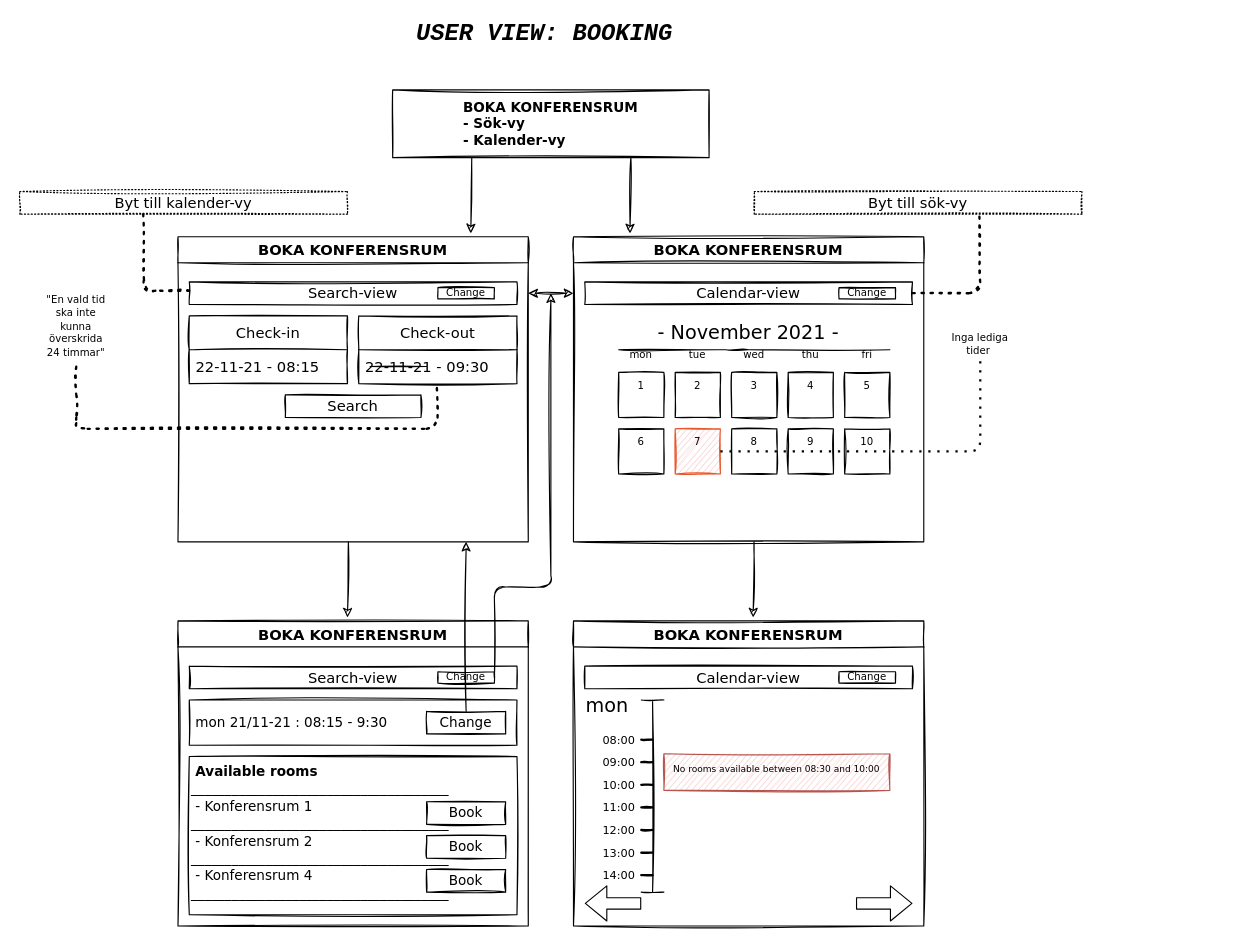
This is Bokningsmeny.drawio from elizaadolfsson/KonferensProjekt_Diagrams, a draw.io file, before an edit. Source tidied: cells renumbered, new cells numbered last; positions are measured from the earlier drawing's top-left corner, leaving out a move shared by most shapes. Both pictures are drawn from the tidied source at 113%, with x=0, y=0 at pixel (19, 21).
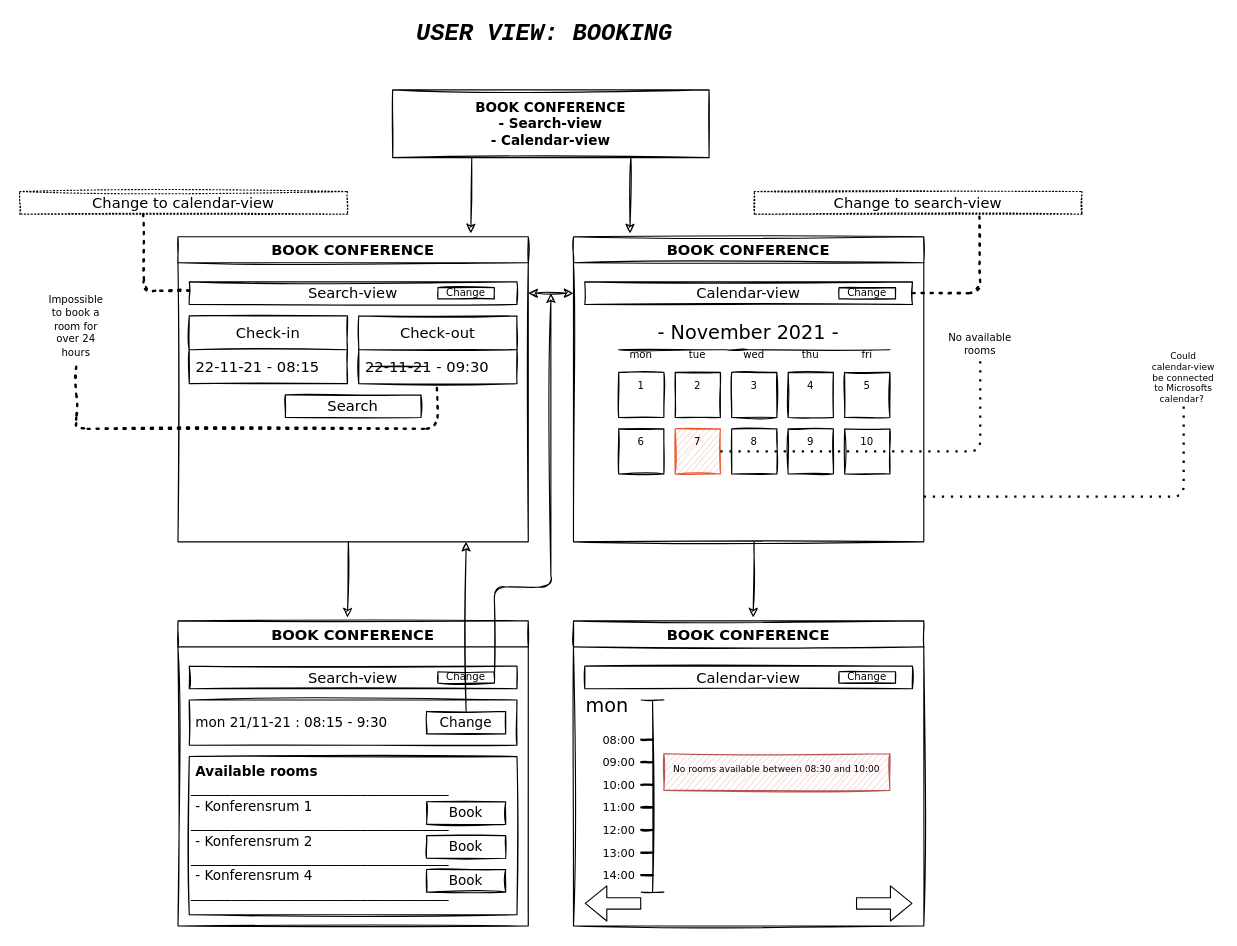
The same diagram, later.

What changed in the source:
```diff
@@
-    <mxCell id="2" value="BOKA KONFERENSRUM" style="swimlane;fontFamily=Verdana;fontSize=13;rounded=0;sketch=1;" parent="1" vertex="1">
+    <mxCell id="2" value="BOOK CONFERENCE" style="swimlane;fontFamily=Verdana;fontSize=13;rounded=0;sketch=1;" parent="1" vertex="1">
       <mxGeometry x="490" y="190" width="310" height="270" as="geometry" />
     </mxCell>
@@
-    <mxCell id="22" value="BOKA KONFERENSRUM" style="swimlane;fontFamily=Verdana;fontSize=13;rounded=0;sketch=1;" parent="1" vertex="1">
+    <mxCell id="22" value="BOOK CONFERENCE" style="swimlane;fontFamily=Verdana;fontSize=13;rounded=0;sketch=1;" parent="1" vertex="1">
       <mxGeometry x="140" y="190" width="310" height="270" as="geometry" />
     </mxCell>
@@
-    <mxCell id="31" value="&lt;b&gt;&lt;font face=&quot;Verdana&quot;&gt;BOKA KONFERENSRUM&lt;br&gt;&lt;div style=&quot;text-align: left&quot;&gt;&lt;b style=&quot;font-family: &amp;#34;helvetica&amp;#34;&quot;&gt;&lt;font face=&quot;Verdana&quot;&gt;- Sök-vy&lt;/font&gt;&lt;/b&gt;&lt;/div&gt;&lt;div style=&quot;text-align: left&quot;&gt;&lt;b style=&quot;font-family: &amp;#34;helvetica&amp;#34;&quot;&gt;&lt;font face=&quot;Verdana&quot;&gt;- Kalender-vy&lt;/font&gt;&lt;/b&gt;&lt;/div&gt;&lt;/font&gt;&lt;/b&gt;" style="rounded=0;whiteSpace=wrap;html=1;glass=0;sketch=1;" parent="1" vertex="1">
+    <mxCell id="31" value="&lt;font face=&quot;Verdana&quot;&gt;&lt;b&gt;BOOK CONFERENCE&lt;br&gt;- Search-view&lt;br&gt;- Calendar-view&lt;br&gt;&lt;/b&gt;&lt;/font&gt;" style="rounded=0;whiteSpace=wrap;html=1;glass=0;sketch=1;" parent="1" vertex="1">
       <mxGeometry x="330" y="60" width="280" height="60" as="geometry" />
     </mxCell>
@@
-    <mxCell id="35" value="Byt till sök-vy" style="whiteSpace=wrap;html=1;fontFamily=Verdana;fontSize=13;rounded=0;sketch=1;dashed=1;dashPattern=1 2;" parent="1" vertex="1">
+    <mxCell id="35" value="Change to search-view" style="whiteSpace=wrap;html=1;fontFamily=Verdana;fontSize=13;rounded=0;sketch=1;dashed=1;dashPattern=1 2;" parent="1" vertex="1">
       <mxGeometry x="650" y="150" width="290" height="20" as="geometry" />
     </mxCell>
-    <mxCell id="36" value="Byt till kalender-vy" style="whiteSpace=wrap;html=1;fontFamily=Verdana;fontSize=13;rounded=0;sketch=1;dashed=1;dashPattern=1 2;" parent="1" vertex="1">
+    <mxCell id="36" value="Change to calendar-view" style="whiteSpace=wrap;html=1;fontFamily=Verdana;fontSize=13;rounded=0;sketch=1;dashed=1;dashPattern=1 2;" parent="1" vertex="1">
       <mxGeometry y="150" width="290" height="20" as="geometry" />
     </mxCell>
@@
-    <mxCell id="41" value="BOKA KONFERENSRUM" style="swimlane;fontFamily=Verdana;fontSize=13;rounded=0;sketch=1;" parent="1" vertex="1">
+    <mxCell id="41" value="BOOK CONFERENCE" style="swimlane;fontFamily=Verdana;fontSize=13;rounded=0;sketch=1;" parent="1" vertex="1">
       <mxGeometry x="140" y="530" width="310" height="270" as="geometry" />
     </mxCell>
@@
-    <mxCell id="51" value="BOKA KONFERENSRUM" style="swimlane;fontFamily=Verdana;fontSize=13;rounded=0;sketch=1;" parent="1" vertex="1">
+    <mxCell id="51" value="BOOK CONFERENCE" style="swimlane;fontFamily=Verdana;fontSize=13;rounded=0;sketch=1;" parent="1" vertex="1">
       <mxGeometry x="490" y="530" width="310" height="270" as="geometry" />
     </mxCell>
@@
-    <mxCell id="76" value="&lt;font style=&quot;font-size: 9px ; font-style: normal&quot; face=&quot;Verdana&quot;&gt;&quot;En vald tid ska inte kunna överskrida 24 timmar&quot;&lt;/font&gt;" style="text;html=1;strokeColor=none;fillColor=none;align=center;verticalAlign=middle;whiteSpace=wrap;rounded=0;sketch=1;fontFamily=Courier New;fontSize=9;fontColor=#000000;fontStyle=2;" parent="1" vertex="1">
+    <mxCell id="76" value="&lt;font face=&quot;Verdana&quot;&gt;&lt;span style=&quot;font-style: normal&quot;&gt;Impossible to book a room for over 24 hours&lt;/span&gt;&lt;/font&gt;" style="text;html=1;strokeColor=none;fillColor=none;align=center;verticalAlign=middle;whiteSpace=wrap;rounded=0;sketch=1;fontFamily=Courier New;fontSize=9;fontColor=#000000;fontStyle=2;" parent="1" vertex="1">
       <mxGeometry x="20" y="230" width="60" height="80" as="geometry" />
     </mxCell>
@@
-    <mxCell id="78" value="Inga lediga tider&amp;nbsp;" style="text;html=1;strokeColor=none;fillColor=none;align=center;verticalAlign=middle;whiteSpace=wrap;rounded=0;sketch=1;fontFamily=Verdana;fontSize=9;fontColor=#000000;" parent="1" vertex="1">
+    <mxCell id="78" value="No available rooms" style="text;html=1;strokeColor=none;fillColor=none;align=center;verticalAlign=middle;whiteSpace=wrap;rounded=0;sketch=1;fontFamily=Verdana;fontSize=9;fontColor=#000000;" parent="1" vertex="1">
       <mxGeometry x="820" y="270" width="60" height="30" as="geometry" />
     </mxCell>
+    <mxCell id="79" style="endArrow=none;dashed=1;html=1;dashPattern=1 3;strokeWidth=2;rounded=1;sketch=0;fontFamily=Verdana;fontSize=9;fontColor=#000000;curved=0;exitX=1;exitY=0.5;exitDx=0;exitDy=0;" parent="1" edge="1">
+      <mxGeometry relative="1" as="geometry">
+        <mxPoint x="800" y="420" as="sourcePoint" />
+        <mxPoint x="1030" y="340" as="targetPoint" />
+        <Array as="points">
+          <mxPoint x="1030" y="420" />
+        </Array>
+      </mxGeometry>
+    </mxCell>
+    <mxCell id="80" value="Could calendar-view be connected to Microsofts calendar?&amp;nbsp;" style="text;html=1;strokeColor=none;fillColor=none;align=center;verticalAlign=middle;whiteSpace=wrap;rounded=0;labelBackgroundColor=none;sketch=1;fontFamily=Verdana;fontSize=8;fontColor=#000000;" parent="1" vertex="1">
+      <mxGeometry x="1000" y="300" width="60" height="30" as="geometry" />
+    </mxCell>
```
